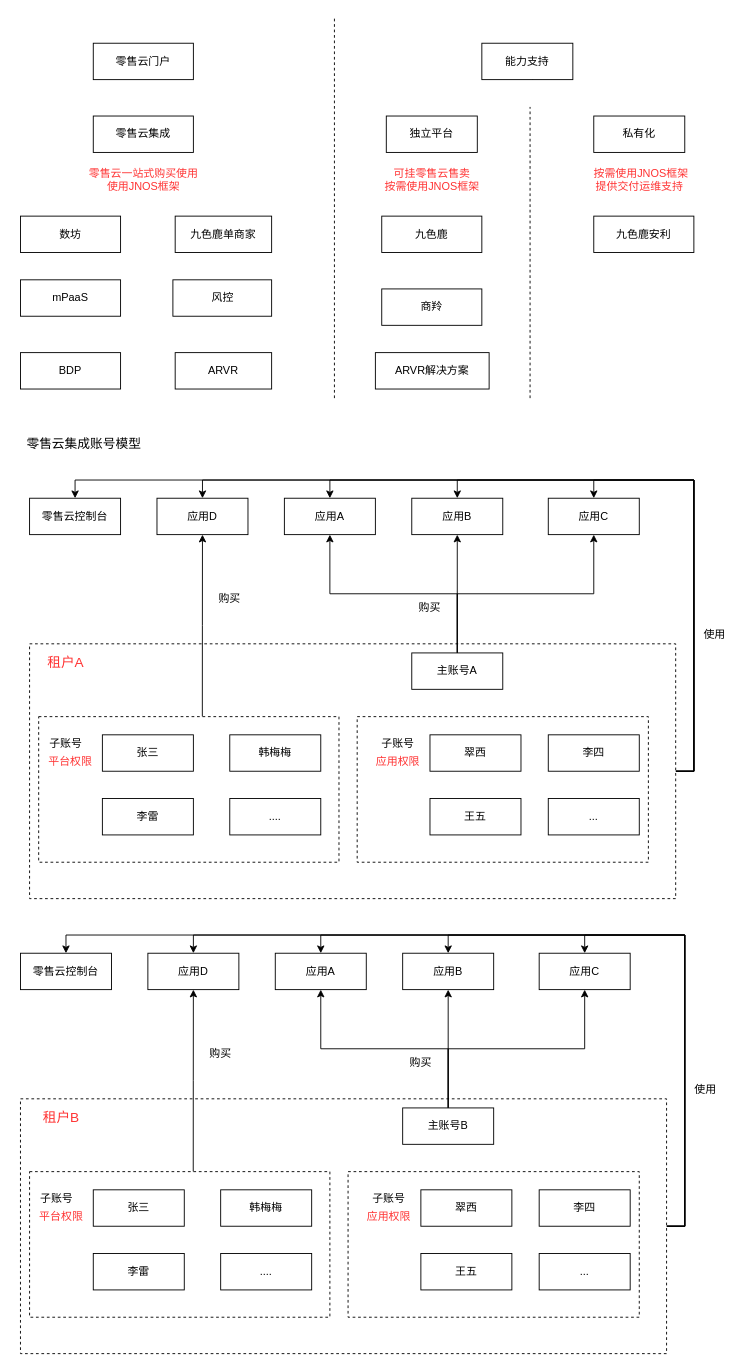
This is page "第 2 页" (2 of 2) of account-model.drawio from greenabyss/image, a draw.io file, before an edit. Source tidied: cells renumbered, new cells numbered last; positions are measured from the earlier drawing's top-left corner, leaving out a move shared by most shapes. Both pictures are drawn from the tidied source at 91%, with x=0, y=0 at pixel (15, 15).
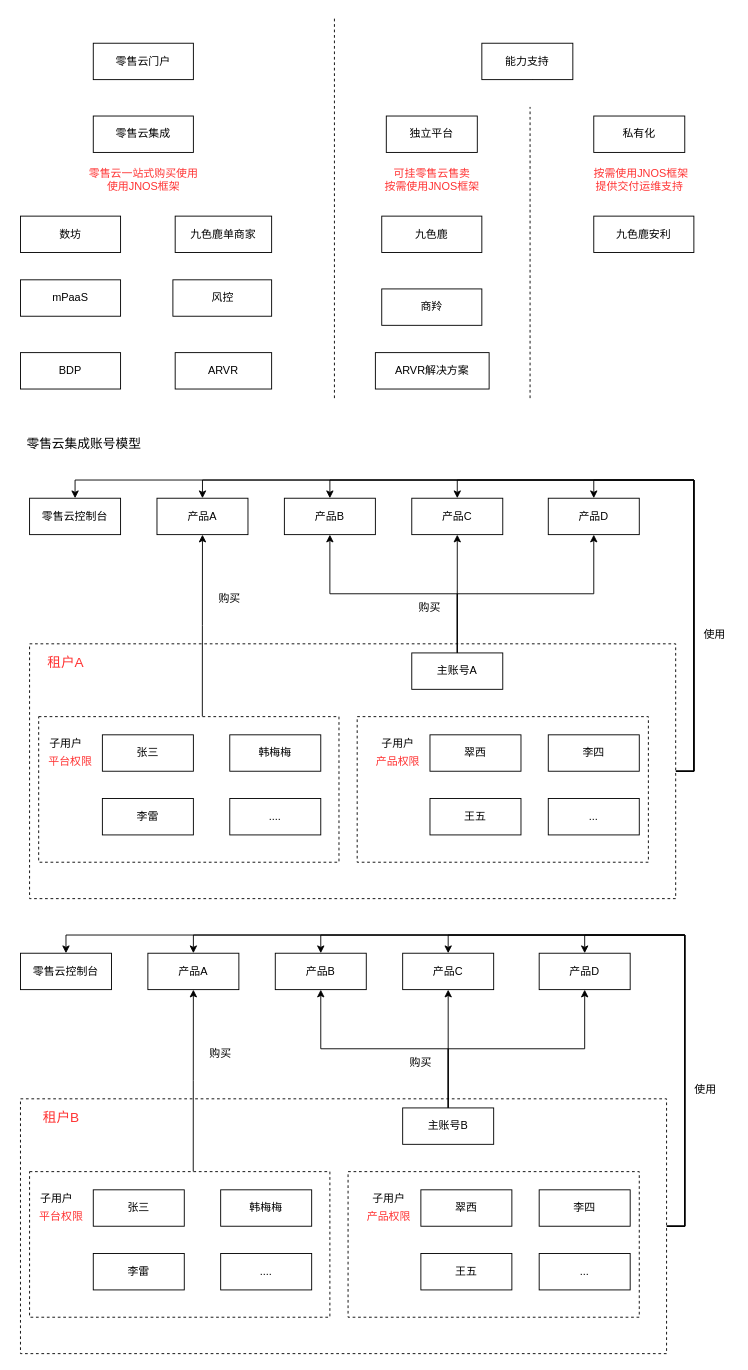
The same diagram, later.

The edit, as a diff of the source:
```diff
@@
-    <mxCell id="39" value="子账号" style="text;html=1;strokeColor=none;fillColor=none;align=center;verticalAlign=middle;whiteSpace=wrap;rounded=0;dashed=1;" parent="1" vertex="1">
+    <mxCell id="39" value="子用户" style="text;html=1;strokeColor=none;fillColor=none;align=center;verticalAlign=middle;whiteSpace=wrap;rounded=0;dashed=1;" parent="1" vertex="1">
       <mxGeometry x="35" y="790" width="40" height="20" as="geometry" />
     </mxCell>
@@
-    <mxCell id="41" value="子账号" style="text;html=1;strokeColor=none;fillColor=none;align=center;verticalAlign=middle;whiteSpace=wrap;rounded=0;dashed=1;" parent="1" vertex="1">
+    <mxCell id="41" value="子用户" style="text;html=1;strokeColor=none;fillColor=none;align=center;verticalAlign=middle;whiteSpace=wrap;rounded=0;dashed=1;" parent="1" vertex="1">
       <mxGeometry x="395" y="790" width="50" height="20" as="geometry" />
     </mxCell>
@@
-    <mxCell id="43" value="应用A" style="rounded=0;whiteSpace=wrap;html=1;" parent="1" vertex="1">
+    <mxCell id="43" value="产品B" style="rounded=0;whiteSpace=wrap;html=1;" parent="1" vertex="1">
       <mxGeometry x="295" y="530" width="100" height="40" as="geometry" />
     </mxCell>
-    <mxCell id="44" value="应用B" style="rounded=0;whiteSpace=wrap;html=1;" parent="1" vertex="1">
+    <mxCell id="44" value="产品C" style="rounded=0;whiteSpace=wrap;html=1;" parent="1" vertex="1">
       <mxGeometry x="435" y="530" width="100" height="40" as="geometry" />
     </mxCell>
-    <mxCell id="45" value="应用C" style="rounded=0;whiteSpace=wrap;html=1;" parent="1" vertex="1">
+    <mxCell id="45" value="产品D" style="rounded=0;whiteSpace=wrap;html=1;" parent="1" vertex="1">
       <mxGeometry x="585" y="530" width="100" height="40" as="geometry" />
     </mxCell>
@@
-    <mxCell id="47" value="应用D" style="rounded=0;whiteSpace=wrap;html=1;" parent="1" vertex="1">
+    <mxCell id="47" value="产品A" style="rounded=0;whiteSpace=wrap;html=1;" parent="1" vertex="1">
       <mxGeometry x="155" y="530" width="100" height="40" as="geometry" />
     </mxCell>
@@
-    <mxCell id="56" value="&lt;font color=&quot;#ff3333&quot;&gt;应用权限&lt;/font&gt;" style="text;html=1;strokeColor=none;fillColor=none;align=center;verticalAlign=middle;whiteSpace=wrap;rounded=0;dashed=1;" parent="1" vertex="1">
+    <mxCell id="56" value="&lt;font color=&quot;#ff3333&quot;&gt;产品权限&lt;/font&gt;" style="text;html=1;strokeColor=none;fillColor=none;align=center;verticalAlign=middle;whiteSpace=wrap;rounded=0;dashed=1;" parent="1" vertex="1">
       <mxGeometry x="380" y="810" width="80" height="20" as="geometry" />
     </mxCell>
@@
-    <mxCell id="78" value="子账号" style="text;html=1;strokeColor=none;fillColor=none;align=center;verticalAlign=middle;whiteSpace=wrap;rounded=0;dashed=1;" parent="1" vertex="1">
+    <mxCell id="78" value="子用户" style="text;html=1;strokeColor=none;fillColor=none;align=center;verticalAlign=middle;whiteSpace=wrap;rounded=0;dashed=1;" parent="1" vertex="1">
       <mxGeometry x="25" y="1290" width="40" height="20" as="geometry" />
     </mxCell>
@@
-    <mxCell id="80" value="子账号" style="text;html=1;strokeColor=none;fillColor=none;align=center;verticalAlign=middle;whiteSpace=wrap;rounded=0;dashed=1;" parent="1" vertex="1">
+    <mxCell id="80" value="子用户" style="text;html=1;strokeColor=none;fillColor=none;align=center;verticalAlign=middle;whiteSpace=wrap;rounded=0;dashed=1;" parent="1" vertex="1">
       <mxGeometry x="385" y="1290" width="50" height="20" as="geometry" />
     </mxCell>
-    <mxCell id="81" value="应用A" style="rounded=0;whiteSpace=wrap;html=1;" parent="1" vertex="1">
+    <mxCell id="81" value="产品B" style="rounded=0;whiteSpace=wrap;html=1;" parent="1" vertex="1">
       <mxGeometry x="285" y="1030" width="100" height="40" as="geometry" />
     </mxCell>
-    <mxCell id="82" value="应用B" style="rounded=0;whiteSpace=wrap;html=1;" parent="1" vertex="1">
+    <mxCell id="82" value="产品C" style="rounded=0;whiteSpace=wrap;html=1;" parent="1" vertex="1">
       <mxGeometry x="425" y="1030" width="100" height="40" as="geometry" />
     </mxCell>
-    <mxCell id="83" value="应用C" style="rounded=0;whiteSpace=wrap;html=1;" parent="1" vertex="1">
+    <mxCell id="83" value="产品D" style="rounded=0;whiteSpace=wrap;html=1;" parent="1" vertex="1">
       <mxGeometry x="575" y="1030" width="100" height="40" as="geometry" />
     </mxCell>
@@
-    <mxCell id="85" value="应用D" style="rounded=0;whiteSpace=wrap;html=1;" parent="1" vertex="1">
+    <mxCell id="85" value="产品A" style="rounded=0;whiteSpace=wrap;html=1;" parent="1" vertex="1">
       <mxGeometry x="145" y="1030" width="100" height="40" as="geometry" />
     </mxCell>
@@
-    <mxCell id="90" value="&lt;font color=&quot;#ff3333&quot;&gt;应用权限&lt;/font&gt;" style="text;html=1;strokeColor=none;fillColor=none;align=center;verticalAlign=middle;whiteSpace=wrap;rounded=0;dashed=1;" parent="1" vertex="1">
+    <mxCell id="90" value="&lt;font color=&quot;#ff3333&quot;&gt;产品权限&lt;/font&gt;" style="text;html=1;strokeColor=none;fillColor=none;align=center;verticalAlign=middle;whiteSpace=wrap;rounded=0;dashed=1;" parent="1" vertex="1">
       <mxGeometry x="370" y="1310" width="80" height="20" as="geometry" />
     </mxCell>
```
